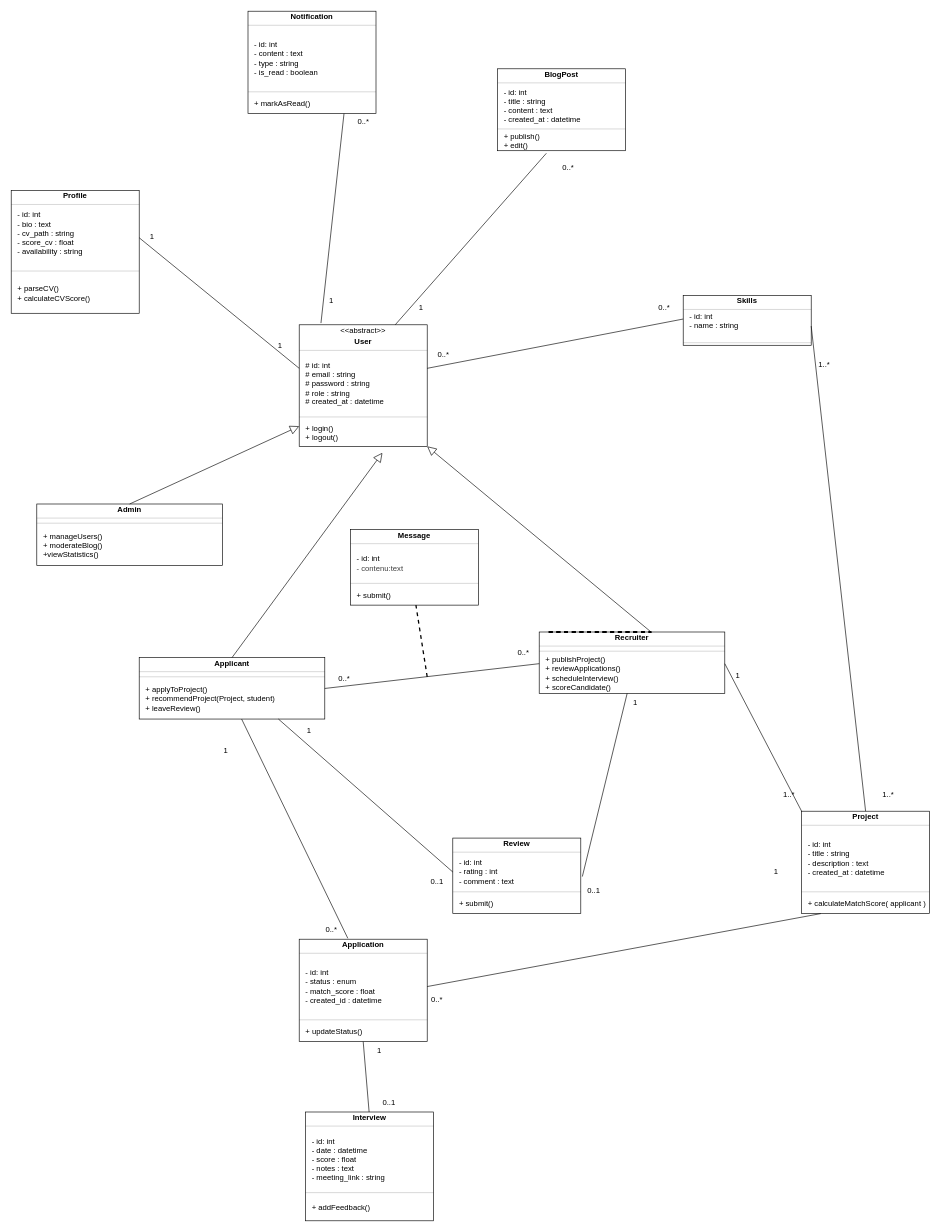
The draw.io diagram UML/TalentMatcher_CD.drawIO in mo24ali/leetmatcher, before the edit. Source tidied: cells renumbered, new cells numbered last; positions are measured from the earlier drawing's top-left corner, leaving out a move shared by most shapes. Both pictures are drawn from the tidied source at 64%, with x=0, y=0 at pixel (11, 11).
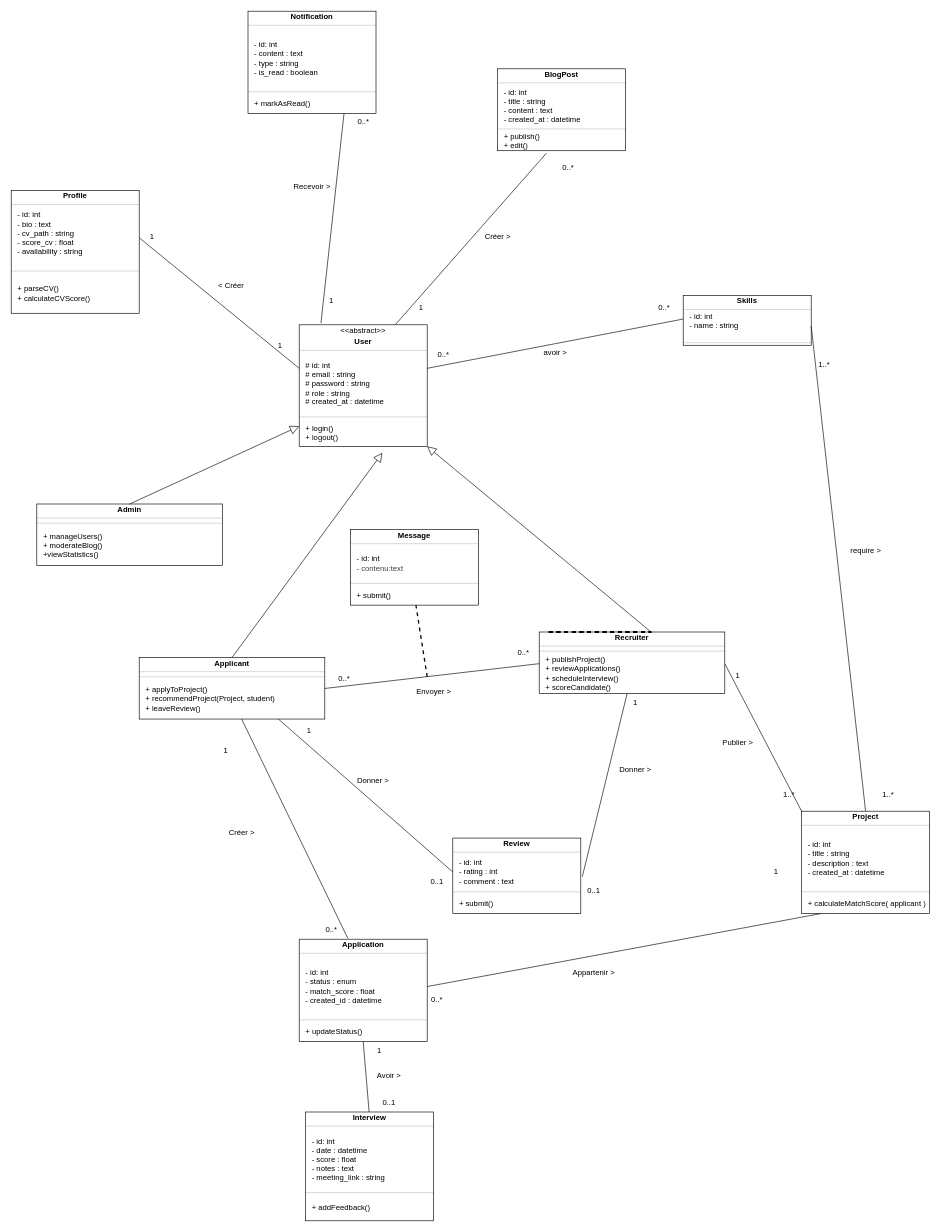
Above is the later version.

Commit message:
added relationships mnamings

Change to the diagram source:
```diff
@@
+    <mxCell id="121" value="avoir &amp;gt;" style="text;html=1;align=center;verticalAlign=middle;strokeColor=none;fillColor=none;" parent="1" vertex="1">
+      <mxGeometry x="820" y="518" width="60" height="30" as="geometry" />
+    </mxCell>
+    <mxCell id="122" value="require &amp;gt;" style="text;html=1;align=center;verticalAlign=middle;strokeColor=none;fillColor=none;" parent="1" vertex="1">
+      <mxGeometry x="1300" y="828" width="70" height="30" as="geometry" />
+    </mxCell>
+    <mxCell id="123" value="Publier &amp;gt;" style="text;html=1;align=center;verticalAlign=middle;strokeColor=none;fillColor=none;" parent="1" vertex="1">
+      <mxGeometry x="1100" y="1128" width="70" height="30" as="geometry" />
+    </mxCell>
+    <mxCell id="124" value="Donner &amp;gt;" style="text;html=1;align=center;verticalAlign=middle;strokeColor=none;fillColor=none;" parent="1" vertex="1">
+      <mxGeometry x="940" y="1170" width="70" height="30" as="geometry" />
+    </mxCell>
+    <mxCell id="125" value="Donner &amp;gt;" style="text;html=1;align=center;verticalAlign=middle;strokeColor=none;fillColor=none;" parent="1" vertex="1">
+      <mxGeometry x="530" y="1188" width="70" height="30" as="geometry" />
+    </mxCell>
+    <mxCell id="126" value="Envoyer &amp;gt;" style="text;html=1;align=center;verticalAlign=middle;strokeColor=none;fillColor=none;" parent="1" vertex="1">
+      <mxGeometry x="620" y="1048" width="80" height="30" as="geometry" />
+    </mxCell>
+    <mxCell id="127" value="&amp;lt; Créer&amp;nbsp;" style="text;html=1;align=center;verticalAlign=middle;strokeColor=none;fillColor=none;" parent="1" vertex="1">
+      <mxGeometry x="310" y="414" width="70" height="30" as="geometry" />
+    </mxCell>
+    <mxCell id="128" value="Recevoir &amp;gt;" style="text;html=1;align=center;verticalAlign=middle;strokeColor=none;fillColor=none;" parent="1" vertex="1">
+      <mxGeometry x="430" y="260" width="80" height="30" as="geometry" />
+    </mxCell>
+    <mxCell id="129" value="Créer &amp;gt;" style="text;html=1;align=center;verticalAlign=middle;strokeColor=none;fillColor=none;" parent="1" vertex="1">
+      <mxGeometry x="730" y="338" width="60" height="30" as="geometry" />
+    </mxCell>
+    <mxCell id="130" value="Appartenir &amp;gt;" style="text;html=1;align=center;verticalAlign=middle;strokeColor=none;fillColor=none;" parent="1" vertex="1">
+      <mxGeometry x="865" y="1488" width="90" height="30" as="geometry" />
+    </mxCell>
+    <mxCell id="131" value="Créer &amp;gt;" style="text;html=1;align=center;verticalAlign=middle;strokeColor=none;fillColor=none;" parent="1" vertex="1">
+      <mxGeometry x="330" y="1268" width="60" height="30" as="geometry" />
+    </mxCell>
+    <mxCell id="132" value="Avoir &amp;gt;" style="text;html=1;align=center;verticalAlign=middle;strokeColor=none;fillColor=none;" parent="1" vertex="1">
+      <mxGeometry x="560" y="1648" width="60" height="30" as="geometry" />
+    </mxCell>
```
